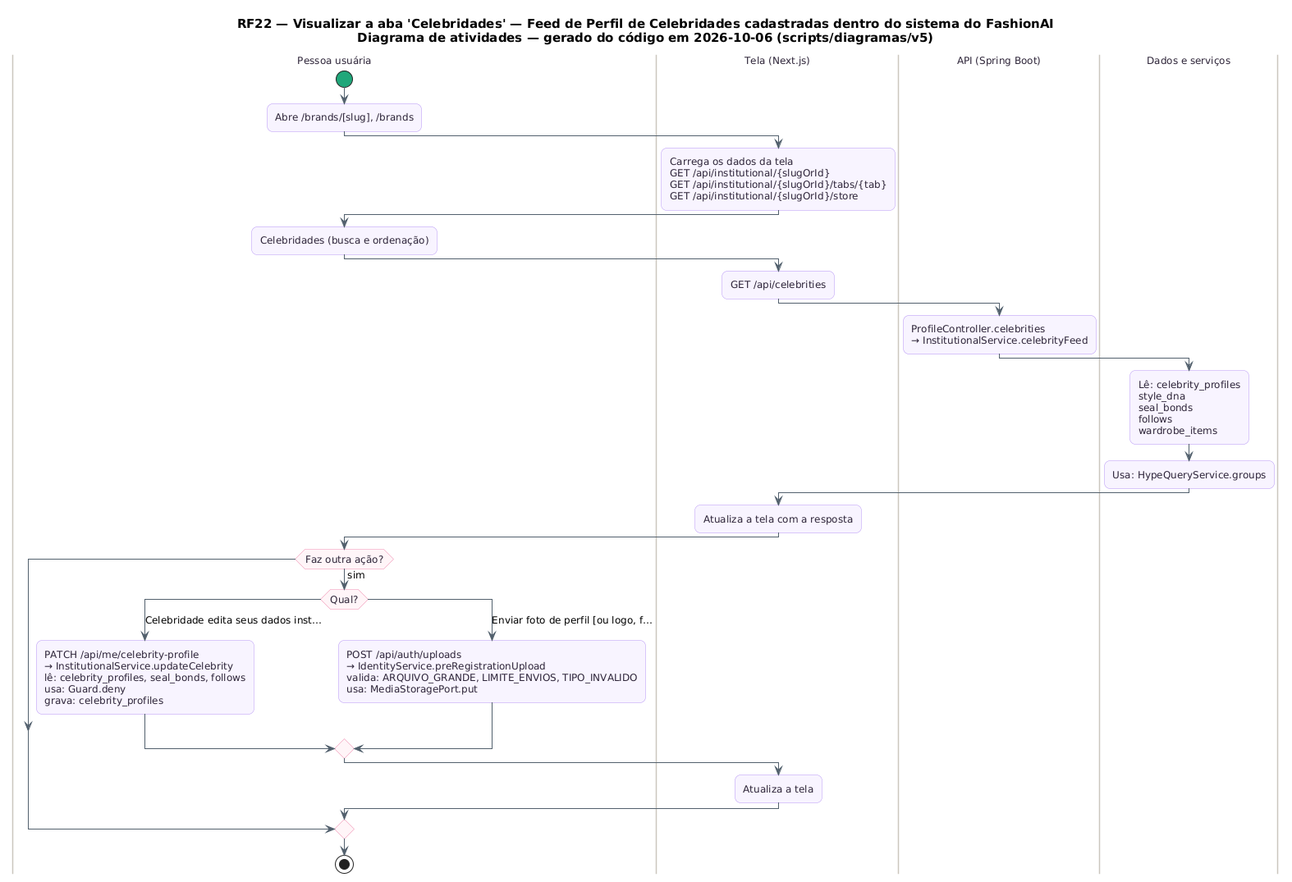
Before: docs/diagramas/RF22/RF22_Atividades.png, a diagram exported from PlantUML (MatheusHaliski/tcc-2026-fashion-ai-backend). The source it was exported from:
```plantuml
@startuml RF22_Atividades
skinparam backgroundColor #FFFFFF
skinparam shadowing false
skinparam defaultFontName "DejaVu Sans"
skinparam defaultFontSize 12
skinparam titleFontSize 15
skinparam roundcorner 14
skinparam ArrowColor #52606D
skinparam note {
  BackgroundColor #FFFDEB
  BorderColor #D8CE78
  FontColor #554F24
}
skinparam activity {
  BackgroundColor #F8F4FF
  BorderColor #B695F5
  FontColor #2D2438
  DiamondBackgroundColor #FFF5F8
  DiamondBorderColor #F08DB1
  StartColor #20A77A
  EndColor #4B5563
}
skinparam swimlane {
  BorderColor #CBC6BE
  TitleFontColor #2D2438
}
title RF22 — Visualizar a aba 'Celebridades' — Feed de Perfil de Celebridades cadastradas dentro do sistema do FashionAI\nDiagrama de atividades — gerado do código em 2026-10-06 (scripts/diagramas/v5)

|Pessoa usuária|
start
:Abre /brands/[slug], /brands;
|Tela (Next.js)|
:Carrega os dados da tela\nGET /api/institutional/{slugOrId}\nGET /api/institutional/{slugOrId}/tabs/{tab}\nGET /api/institutional/{slugOrId}/store;
|Pessoa usuária|
:Celebridades (busca e ordenação);
|Tela (Next.js)|
:GET /api/celebrities;
|API (Spring Boot)|
:ProfileController.celebrities\n→ InstitutionalService.celebrityFeed;
|Dados e serviços|
:Lê: celebrity_profiles\nstyle_dna\nseal_bonds\nfollows\nwardrobe_items;
:Usa: HypeQueryService.groups;
|Tela (Next.js)|
:Atualiza a tela com a resposta;
|Pessoa usuária|
if (Faz outra ação?) then (sim)
  switch (Qual?)
  case (Celebridade edita seus dados inst…)
    :PATCH /api/me/celebrity-profile\n→ InstitutionalService.updateCelebrity\nlê: celebrity_profiles, seal_bonds, follows\nusa: Guard.deny\ngrava: celebrity_profiles;
  case (Enviar foto de perfil [ou logo, f…)
    :POST /api/auth/uploads\n→ IdentityService.preRegistrationUpload\nvalida: ARQUIVO_GRANDE, LIMITE_ENVIOS, TIPO_INVALIDO\nusa: MediaStoragePort.put;
  endswitch
  |Tela (Next.js)|
  :Atualiza a tela;
endif
|Pessoa usuária|
stop
@enduml
```
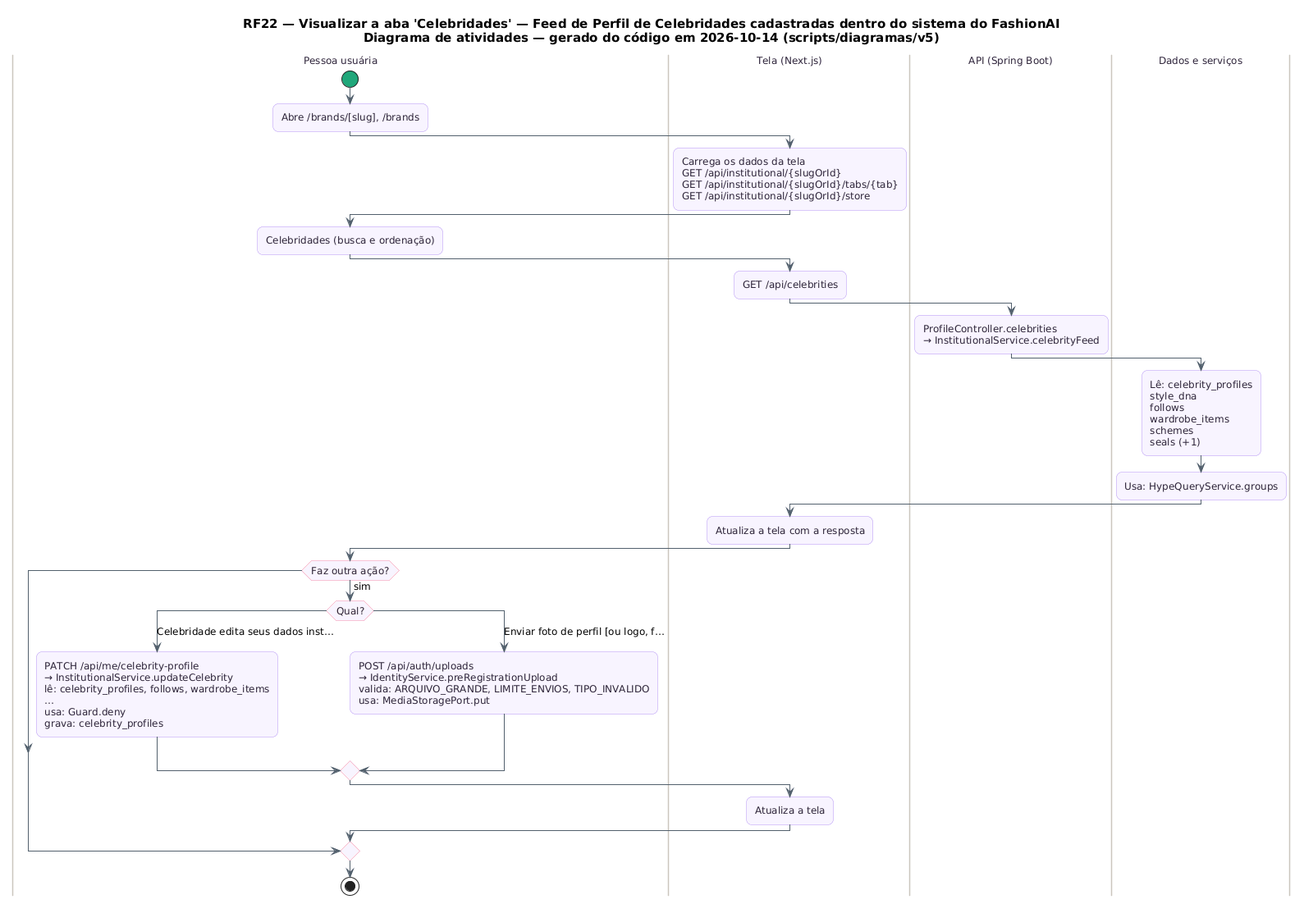
Above is the later version.

What changed in the source:
```diff
@@ -24,7 +24,7 @@
   BorderColor #CBC6BE
   TitleFontColor #2D2438
 }
-title RF22 — Visualizar a aba 'Celebridades' — Feed de Perfil de Celebridades cadastradas dentro do sistema do FashionAI\nDiagrama de atividades — gerado do código em 2026-10-06 (scripts/diagramas/v5)
+title RF22 — Visualizar a aba 'Celebridades' — Feed de Perfil de Celebridades cadastradas dentro do sistema do FashionAI\nDiagrama de atividades — gerado do código em 2026-10-14 (scripts/diagramas/v5)
 
 |Pessoa usuária|
 start
@@ -38,7 +38,7 @@
 |API (Spring Boot)|
 :ProfileController.celebrities\n→ InstitutionalService.celebrityFeed;
 |Dados e serviços|
-:Lê: celebrity_profiles\nstyle_dna\nseal_bonds\nfollows\nwardrobe_items;
+:Lê: celebrity_profiles\nstyle_dna\nfollows\nwardrobe_items\nschemes\nseals (+1);
 :Usa: HypeQueryService.groups;
 |Tela (Next.js)|
 :Atualiza a tela com a resposta;
@@ -46,7 +46,7 @@
 if (Faz outra ação?) then (sim)
   switch (Qual?)
   case (Celebridade edita seus dados inst…)
-    :PATCH /api/me/celebrity-profile\n→ InstitutionalService.updateCelebrity\nlê: celebrity_profiles, seal_bonds, follows\nusa: Guard.deny\ngrava: celebrity_profiles;
+    :PATCH /api/me/celebrity-profile\n→ InstitutionalService.updateCelebrity\nlê: celebrity_profiles, follows, wardrobe_items\n…\nusa: Guard.deny\ngrava: celebrity_profiles;
   case (Enviar foto de perfil [ou logo, f…)
     :POST /api/auth/uploads\n→ IdentityService.preRegistrationUpload\nvalida: ARQUIVO_GRANDE, LIMITE_ENVIOS, TIPO_INVALIDO\nusa: MediaStoragePort.put;
   endswitch
```
